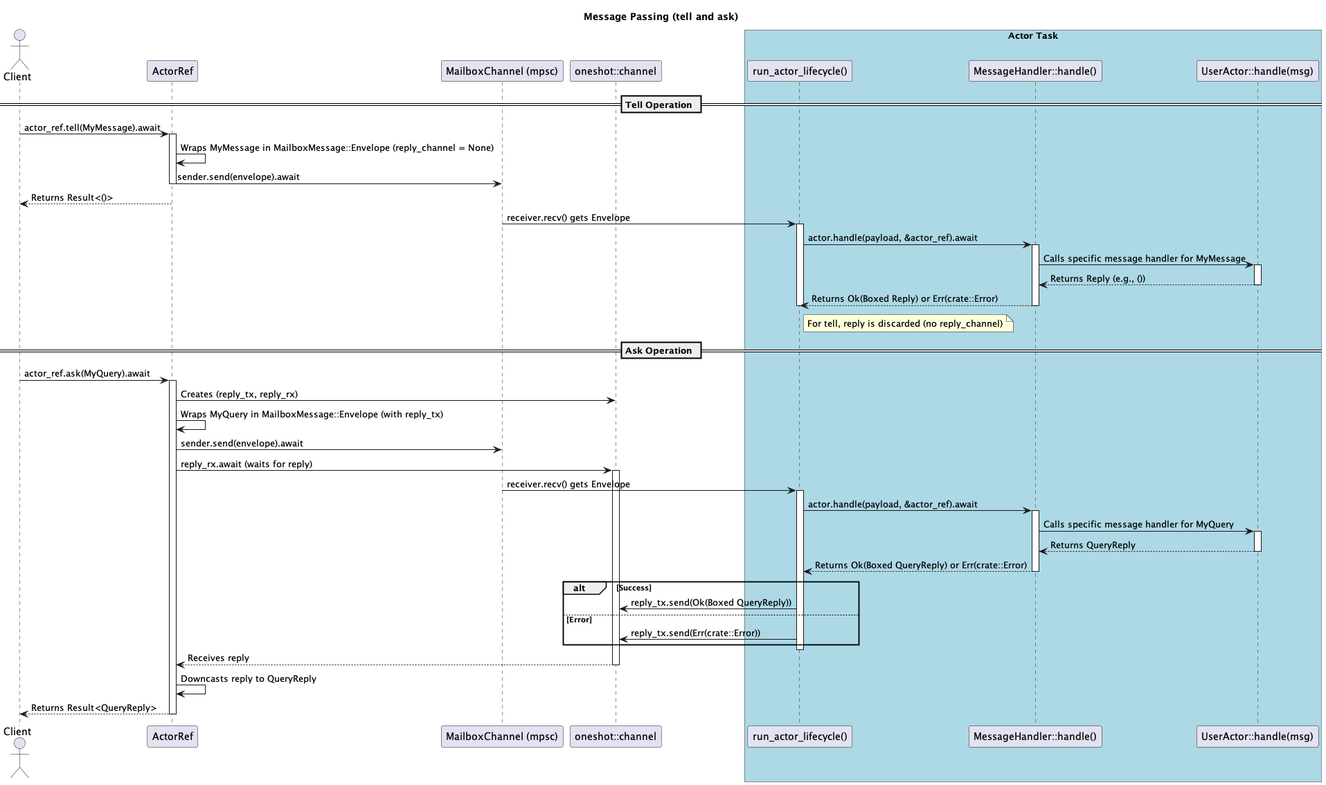
This is docs/Message Passing.png from hiking90/rsactor, a PlantUML export, as it was before one commit.
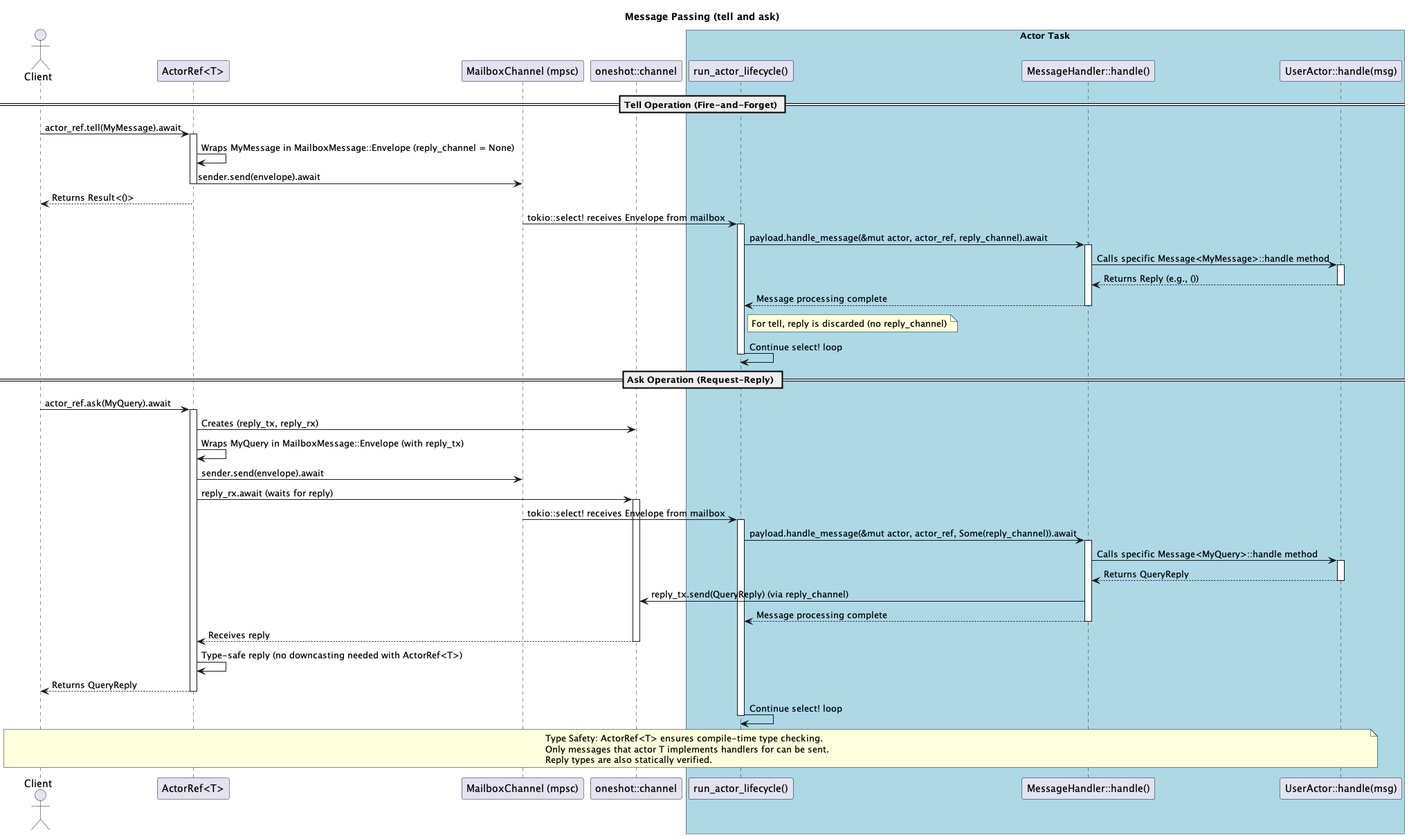
Above is the later version.

Change to the diagram source:
```diff
@@ -2,7 +2,7 @@
 title Message Passing (tell and ask)
 
 actor Client
-participant "ActorRef" as ActorRef_obj
+participant "ActorRef<T>" as ActorRef_obj
 participant "MailboxChannel (mpsc)" as MailboxChannel
 participant "run_actor_lifecycle()" as Runtime_obj
 participant "MessageHandler::handle()" as DynMsgHandler
@@ -15,7 +15,7 @@
     participant UserHandler
 end box
 
-== Tell Operation ==
+== Tell Operation (Fire-and-Forget) ==
 Client -> ActorRef_obj: actor_ref.tell(MyMessage).await
 activate ActorRef_obj
 ActorRef_obj -> ActorRef_obj: Wraps MyMessage in MailboxMessage::Envelope (reply_channel = None)
@@ -23,20 +23,21 @@
 deactivate ActorRef_obj
 Client <-- ActorRef_obj: Returns Result<()>
 
-MailboxChannel -> Runtime_obj: receiver.recv() gets Envelope
+MailboxChannel -> Runtime_obj: tokio::select! receives Envelope from mailbox
 activate Runtime_obj
-Runtime_obj -> DynMsgHandler: actor.handle(payload, &actor_ref).await
+Runtime_obj -> DynMsgHandler: payload.handle_message(&mut actor, actor_ref, reply_channel).await
 activate DynMsgHandler
-DynMsgHandler -> UserHandler: Calls specific message handler for MyMessage
+DynMsgHandler -> UserHandler: Calls specific Message<MyMessage>::handle method
 activate UserHandler
 UserHandler --> DynMsgHandler: Returns Reply (e.g., ())
 deactivate UserHandler
-DynMsgHandler --> Runtime_obj: Returns Ok(Boxed Reply) or Err(crate::Error)
+DynMsgHandler --> Runtime_obj: Message processing complete
 deactivate DynMsgHandler
 note right of Runtime_obj: For tell, reply is discarded (no reply_channel)
+Runtime_obj -> Runtime_obj: Continue select! loop
 deactivate Runtime_obj
 
-== Ask Operation ==
+== Ask Operation (Request-Reply) ==
 Client -> ActorRef_obj: actor_ref.ask(MyQuery).await
 activate ActorRef_obj
 ActorRef_obj -> OneshotChannel: Creates (reply_tx, reply_rx)
@@ -45,27 +46,30 @@
 ActorRef_obj -> OneshotChannel: reply_rx.await (waits for reply)
 activate OneshotChannel
 
-MailboxChannel -> Runtime_obj: receiver.recv() gets Envelope
+MailboxChannel -> Runtime_obj: tokio::select! receives Envelope from mailbox
 activate Runtime_obj
-Runtime_obj -> DynMsgHandler: actor.handle(payload, &actor_ref).await
+Runtime_obj -> DynMsgHandler: payload.handle_message(&mut actor, actor_ref, Some(reply_channel)).await
 activate DynMsgHandler
-DynMsgHandler -> UserHandler: Calls specific message handler for MyQuery
+DynMsgHandler -> UserHandler: Calls specific Message<MyQuery>::handle method
 activate UserHandler
 UserHandler --> DynMsgHandler: Returns QueryReply
 deactivate UserHandler
-DynMsgHandler --> Runtime_obj: Returns Ok(Boxed QueryReply) or Err(crate::Error)
+DynMsgHandler -> OneshotChannel: reply_tx.send(QueryReply) (via reply_channel)
+DynMsgHandler --> Runtime_obj: Message processing complete
 deactivate DynMsgHandler
 
-alt Success
-  Runtime_obj -> OneshotChannel: reply_tx.send(Ok(Boxed QueryReply))
-else Error
-  Runtime_obj -> OneshotChannel: reply_tx.send(Err(crate::Error))
-end
-deactivate Runtime_obj
 OneshotChannel --> ActorRef_obj: Receives reply
 deactivate OneshotChannel
-ActorRef_obj -> ActorRef_obj: Downcasts reply to QueryReply
-ActorRef_obj --> Client: Returns Result<QueryReply>
+ActorRef_obj -> ActorRef_obj: Type-safe reply (no downcasting needed with ActorRef<T>)
+ActorRef_obj --> Client: Returns QueryReply
 deactivate ActorRef_obj
+Runtime_obj -> Runtime_obj: Continue select! loop
+deactivate Runtime_obj
+
+note over Client, UserHandler
+  Type Safety: ActorRef<T> ensures compile-time type checking.
+  Only messages that actor T implements handlers for can be sent.
+  Reply types are also statically verified.
+end note
 
 @enduml
```
